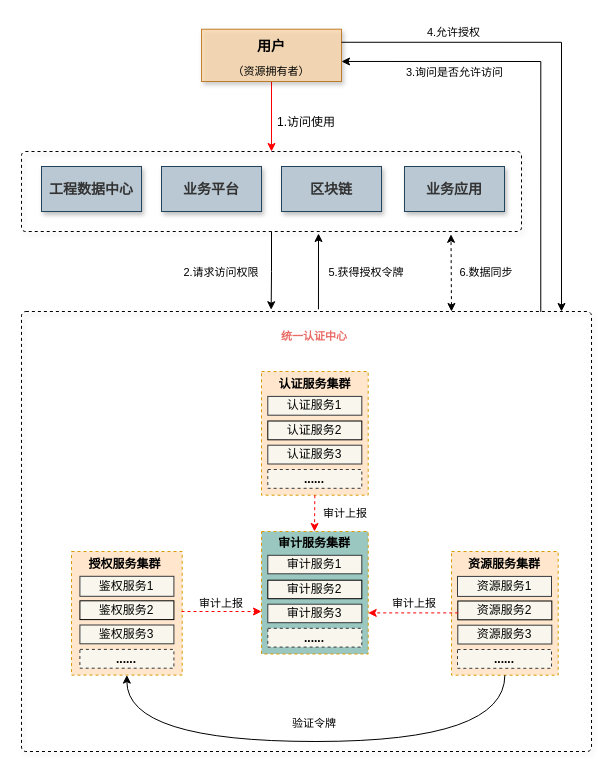
Before: page "第 1 页" (1 of 2) of 东庄信息化项目-统一权限管理-同步流程.drawio in sun-beijixing/drawio, a draw.io diagram. Source tidied: cells renumbered, new cells numbered last; positions are measured from the earlier drawing's top-left corner, leaving out a move shared by most shapes. Both pictures are drawn from the tidied source at 100%, with x=0, y=0 at pixel (21, 21).
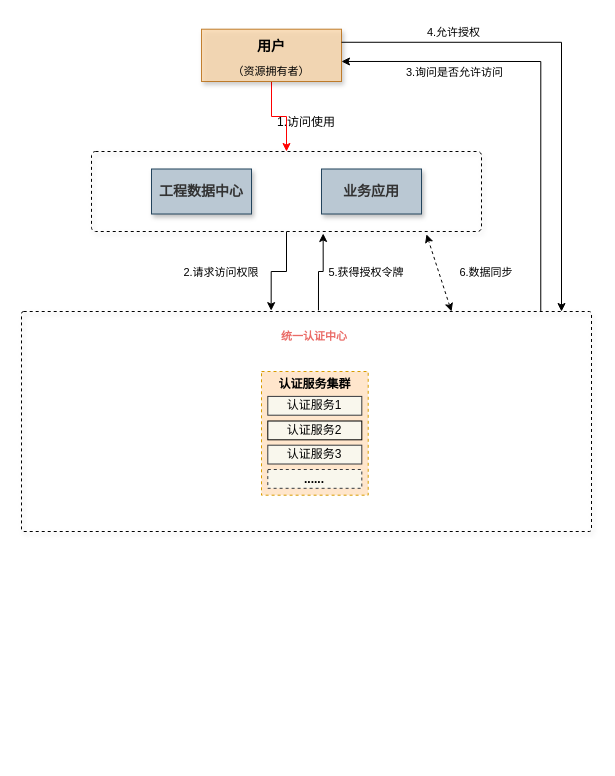
The same diagram, later.

Commit message (it also covers changes not shown here):
更新东庄信息化项目-统一权限管理-同步流程.drawio

The change refers to these unchanged cells:
```xml
<mxCell id="13" style="rounded=0;whiteSpace=wrap;html=1;shadow=0;glass=0;sketch=0;fillColor=#ffe6cc;strokeColor=#d79b00;dashed=1;" parent="12" vertex="1">
  <mxGeometry width="106.7" height="123.7" as="geometry" />
</mxCell>
```

Diff of the diagram source:
```diff
@@
     <mxCell id="2" style="rounded=1;whiteSpace=wrap;html=1;shadow=1;fontSize=11;strokeWidth=1;fillColor=none;dashed=1;arcSize=5;" parent="1" vertex="1">
-      <mxGeometry y="130" width="500" height="80" as="geometry" />
+      <mxGeometry x="70" y="130" width="390" height="80" as="geometry" />
     </mxCell>
     <mxCell id="3" style="text;html=1;fillColor=none;align=center;verticalAlign=middle;whiteSpace=wrap;fontSize=54;fontStyle=1;shadow=1;rounded=1;glass=0;sketch=0;arcSize=1;dashed=1;strokeWidth=1;strokeColor=default;" parent="1" vertex="1">
-      <mxGeometry y="290" width="570" height="440" as="geometry" />
+      <mxGeometry y="290" width="570" height="220" as="geometry" />
     </mxCell>
@@
-    <mxCell id="5" style="group;" parent="1" vertex="1">
-      <mxGeometry x="240" y="510" width="106.7" height="122.5" as="geometry" />
-    </mxCell>
-    <mxCell id="6" style="rounded=0;whiteSpace=wrap;html=1;shadow=0;glass=0;sketch=0;fillColor=#9AC7BF;strokeColor=#d79b00;dashed=1;" parent="5" vertex="1">
-      <mxGeometry width="106.7" height="122.5" as="geometry" />
-    </mxCell>
-    <mxCell id="7" value="&lt;font style=&quot;font-size: 12px;&quot;&gt;&lt;b&gt;审计服务集群&lt;/b&gt;&lt;/font&gt;" style="text;html=1;strokeColor=none;fillColor=none;align=center;verticalAlign=middle;whiteSpace=wrap;rounded=0;shadow=1;fontSize=16;" parent="5" vertex="1">
-      <mxGeometry x="3.3" y="0.4" width="100" height="18.5" as="geometry" />
-    </mxCell>
-    <mxCell id="8" value="审计服务1" style="rounded=0;whiteSpace=wrap;html=1;shadow=0;fontSize=12;fillColor=#f9f7ed;strokeColor=#36393d;" parent="5" vertex="1">
-      <mxGeometry x="6.3" y="23.8" width="94" height="18.5" as="geometry" />
-    </mxCell>
-    <mxCell id="9" value="审计服务2" style="rounded=0;whiteSpace=wrap;html=1;shadow=0;fontSize=12;fillColor=#f9f7ed;strokeColor=default;" parent="5" vertex="1">
-      <mxGeometry x="6.3" y="48.7" width="94" height="18.5" as="geometry" />
-    </mxCell>
-    <mxCell id="10" value="审计服务3" style="rounded=0;whiteSpace=wrap;html=1;shadow=0;fontSize=12;fillColor=#f9f7ed;strokeColor=#36393d;" parent="5" vertex="1">
-      <mxGeometry x="6.3" y="72.7" width="94" height="18.5" as="geometry" />
-    </mxCell>
-    <mxCell id="11" value="&lt;b&gt;......&lt;/b&gt;" style="rounded=0;whiteSpace=wrap;html=1;shadow=0;fontSize=12;fillColor=#f9f7ed;strokeColor=#36393d;dashed=1;verticalAlign=bottom;align=center;" parent="5" vertex="1">
-      <mxGeometry x="6.3" y="96.8" width="94" height="18.8" as="geometry" />
-    </mxCell>
@@
-    <mxCell id="19" style="group;" parent="1" vertex="1">
-      <mxGeometry x="430" y="530" width="106.7" height="123.7" as="geometry" />
-    </mxCell>
-    <mxCell id="20" style="rounded=0;whiteSpace=wrap;html=1;shadow=0;glass=0;sketch=0;fillColor=#ffe6cc;strokeColor=#d79b00;dashed=1;" parent="19" vertex="1">
-      <mxGeometry width="106.7" height="123.7" as="geometry" />
-    </mxCell>
-    <mxCell id="21" value="&lt;font style=&quot;font-size: 12px;&quot;&gt;&lt;b&gt;资源服务集群&lt;/b&gt;&lt;/font&gt;" style="text;html=1;strokeColor=none;fillColor=none;align=center;verticalAlign=middle;whiteSpace=wrap;rounded=0;shadow=1;fontSize=16;" parent="19" vertex="1">
-      <mxGeometry x="3" y="1.2" width="100" height="18.8" as="geometry" />
-    </mxCell>
-    <mxCell id="22" value="资源服务1" style="rounded=0;whiteSpace=wrap;html=1;shadow=0;fontSize=12;fillColor=#f9f7ed;strokeColor=#36393d;" parent="19" vertex="1">
-      <mxGeometry x="6" y="24.9" width="94" height="20" as="geometry" />
-    </mxCell>
-    <mxCell id="23" value="资源服务2" style="rounded=0;whiteSpace=wrap;html=1;shadow=0;fontSize=12;fillColor=#f9f7ed;strokeColor=default;" parent="19" vertex="1">
-      <mxGeometry x="6.3" y="49.5" width="94" height="18.8" as="geometry" />
-    </mxCell>
-    <mxCell id="24" value="资源服务3" style="rounded=0;whiteSpace=wrap;html=1;shadow=0;fontSize=12;fillColor=#f9f7ed;strokeColor=#36393d;" parent="19" vertex="1">
-      <mxGeometry x="6.3" y="73.7" width="94" height="18.8" as="geometry" />
-    </mxCell>
-    <mxCell id="25" value="&lt;b&gt;......&lt;/b&gt;" style="rounded=0;whiteSpace=wrap;html=1;shadow=0;fontSize=12;fillColor=#f9f7ed;strokeColor=#36393d;dashed=1;verticalAlign=bottom;align=center;" parent="19" vertex="1">
-      <mxGeometry x="6" y="98" width="94" height="18.8" as="geometry" />
-    </mxCell>
-    <mxCell id="26" style="group;" parent="1" vertex="1">
-      <mxGeometry x="50" y="530" width="110.7" height="123.6" as="geometry" />
-    </mxCell>
-    <mxCell id="27" style="rounded=0;whiteSpace=wrap;html=1;shadow=0;glass=0;sketch=0;fillColor=#ffe6cc;strokeColor=#d79b00;dashed=1;" parent="26" vertex="1">
-      <mxGeometry width="110.7" height="123.6" as="geometry" />
-    </mxCell>
-    <mxCell id="28" value="&lt;font style=&quot;font-size: 12px;&quot;&gt;&lt;b&gt;授权服务集群&lt;/b&gt;&lt;/font&gt;" style="text;html=1;strokeColor=none;fillColor=none;align=center;verticalAlign=middle;whiteSpace=wrap;rounded=0;shadow=1;fontSize=16;" parent="26" vertex="1">
-      <mxGeometry x="13.8" y="1.3" width="79" height="18.8" as="geometry" />
-    </mxCell>
-    <mxCell id="29" value="鉴权服务1" style="rounded=0;whiteSpace=wrap;html=1;shadow=0;fontSize=12;fillColor=#f9f7ed;strokeColor=#36393d;" parent="26" vertex="1">
-      <mxGeometry x="8.4" y="24.8" width="94" height="20" as="geometry" />
-    </mxCell>
-    <mxCell id="30" value="鉴权服务2" style="rounded=0;whiteSpace=wrap;html=1;shadow=0;fontSize=12;fillColor=#f9f7ed;strokeColor=default;" parent="26" vertex="1">
-      <mxGeometry x="8.4" y="49.3" width="94" height="18.8" as="geometry" />
-    </mxCell>
-    <mxCell id="31" value="鉴权服务3" style="rounded=0;whiteSpace=wrap;html=1;shadow=0;fontSize=12;fillColor=#f9f7ed;strokeColor=#36393d;" parent="26" vertex="1">
-      <mxGeometry x="8.4" y="73.5" width="94" height="18.8" as="geometry" />
-    </mxCell>
-    <mxCell id="32" value="&lt;b&gt;......&lt;/b&gt;" style="rounded=0;whiteSpace=wrap;html=1;shadow=0;fontSize=12;fillColor=#f9f7ed;strokeColor=#36393d;dashed=1;verticalAlign=bottom;align=center;" parent="26" vertex="1">
-      <mxGeometry x="8.4" y="97.9" width="94" height="18.8" as="geometry" />
-    </mxCell>
@@
     <mxCell id="39" value="&lt;b style=&quot;color: rgb(51, 51, 51); font-size: 14px;&quot;&gt;工程数据中心&lt;/b&gt;" style="rounded=0;whiteSpace=wrap;html=1;shadow=1;fontSize=11;strokeColor=#23445d;strokeWidth=1;fillColor=#bac8d3;" parent="1" vertex="1">
-      <mxGeometry x="20" y="145" width="100" height="45" as="geometry" />
+      <mxGeometry x="130" y="147.5" width="100" height="45" as="geometry" />
     </mxCell>
-    <mxCell id="40" value="&lt;b style=&quot;color: rgb(51, 51, 51); font-size: 14px;&quot;&gt;业务平台&lt;/b&gt;" style="rounded=0;whiteSpace=wrap;html=1;shadow=1;fontSize=11;strokeColor=#23445d;strokeWidth=1;fillColor=#bac8d3;" parent="1" vertex="1">
-      <mxGeometry x="140" y="145" width="100" height="45" as="geometry" />
-    </mxCell>
-    <mxCell id="41" value="&lt;b style=&quot;color: rgb(51, 51, 51); font-size: 14px;&quot;&gt;区块链&lt;/b&gt;" style="rounded=0;whiteSpace=wrap;html=1;shadow=1;fontSize=11;strokeColor=#23445d;strokeWidth=1;fillColor=#bac8d3;" parent="1" vertex="1">
-      <mxGeometry x="260" y="145" width="100" height="45" as="geometry" />
-    </mxCell>
     <mxCell id="42" value="&lt;b style=&quot;color: rgb(51, 51, 51); font-size: 14px;&quot;&gt;业务应用&lt;/b&gt;" style="rounded=0;whiteSpace=wrap;html=1;shadow=1;fontSize=11;strokeColor=#23445d;strokeWidth=1;fillColor=#bac8d3;" parent="1" vertex="1">
-      <mxGeometry x="383" y="145" width="100" height="45" as="geometry" />
+      <mxGeometry x="300" y="147.5" width="100" height="45" as="geometry" />
     </mxCell>
@@
-    <mxCell id="47" style="edgeStyle=orthogonalEdgeStyle;rounded=0;jumpStyle=none;orthogonalLoop=1;jettySize=auto;html=1;fontSize=14;dashed=1;strokeColor=#FF0000;" parent="1" edge="1">
-      <mxGeometry relative="1" as="geometry">
-        <mxPoint x="436.7" y="591.4" as="sourcePoint" />
-        <mxPoint x="346.7" y="591.4" as="targetPoint" />
-      </mxGeometry>
-    </mxCell>
-    <mxCell id="48" style="edgeStyle=orthogonalEdgeStyle;rounded=0;jumpStyle=none;orthogonalLoop=1;jettySize=auto;html=1;fontSize=14;dashed=1;strokeColor=#FF0000;" parent="1" edge="1">
-      <mxGeometry relative="1" as="geometry">
-        <mxPoint x="160" y="590" as="sourcePoint" />
-        <mxPoint x="240" y="590" as="targetPoint" />
-      </mxGeometry>
-    </mxCell>
-    <mxCell id="49" style="edgeStyle=orthogonalEdgeStyle;rounded=0;jumpStyle=none;jettySize=auto;html=1;fontSize=14;exitX=0.5;exitY=1;exitDx=0;exitDy=0;dashed=1;strokeColor=#FF0000;" parent="1" edge="1" source="13">
-      <mxGeometry relative="1" as="geometry">
-        <mxPoint x="293" y="510" as="targetPoint" />
-      </mxGeometry>
-    </mxCell>
@@
-    <mxCell id="51" style="edgeStyle=orthogonalEdgeStyle;rounded=0;jumpStyle=none;jettySize=auto;html=1;fontSize=14;curved=1;exitX=0.5;exitY=1;exitDx=0;exitDy=0;entryX=0.5;entryY=1;entryDx=0;entryDy=0;" parent="1" edge="1" source="20" target="27">
-      <mxGeometry relative="1" as="geometry">
-        <Array as="points">
-          <mxPoint x="483" y="720" />
-          <mxPoint x="105" y="720" />
-        </Array>
-      </mxGeometry>
-    </mxCell>
-    <mxCell id="52" value="&lt;font color=&quot;#000000&quot;&gt;验证令牌&lt;/font&gt;" style="text;html=1;strokeColor=none;fillColor=none;align=center;verticalAlign=middle;whiteSpace=wrap;rounded=0;shadow=1;fontSize=11;fontColor=#97D077;" parent="1" vertex="1">
-      <mxGeometry x="263" y="690" width="60" height="24" as="geometry" />
-    </mxCell>
-    <mxCell id="53" value="&lt;font style=&quot;font-size: 11px;&quot; color=&quot;#000000&quot;&gt;审计上报&lt;/font&gt;" style="text;html=1;strokeColor=none;fillColor=none;align=center;verticalAlign=middle;whiteSpace=wrap;rounded=0;shadow=1;fontSize=11;fontColor=#97D077;" parent="1" vertex="1">
-      <mxGeometry x="363.3" y="570" width="60" height="24" as="geometry" />
-    </mxCell>
-    <mxCell id="54" value="&lt;font style=&quot;font-size: 11px;&quot; color=&quot;#000000&quot;&gt;审计上报&lt;/font&gt;" style="text;html=1;strokeColor=none;fillColor=none;align=center;verticalAlign=middle;whiteSpace=wrap;rounded=0;shadow=1;fontSize=11;fontColor=#97D077;" parent="1" vertex="1">
-      <mxGeometry x="294" y="480" width="60" height="24" as="geometry" />
-    </mxCell>
-    <mxCell id="55" value="&lt;font style=&quot;font-size: 11px;&quot; color=&quot;#000000&quot;&gt;审计上报&lt;/font&gt;" style="text;html=1;strokeColor=none;fillColor=none;align=center;verticalAlign=middle;whiteSpace=wrap;rounded=0;shadow=1;fontSize=11;fontColor=#97D077;" parent="1" vertex="1">
-      <mxGeometry x="170" y="570" width="60" height="24" as="geometry" />
-    </mxCell>
```
